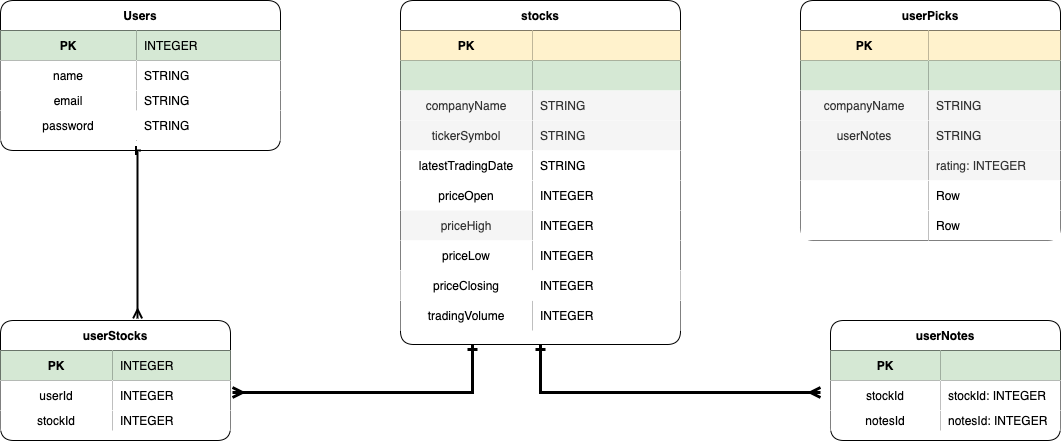
This is ERD.drawio.png from Professorsurf/Project-2, a draw.io export, as it was before one commit. Source tidied: cells renumbered, new cells last; positions are measured from the earlier drawing's top-left corner, leaving out a move shared by most shapes.
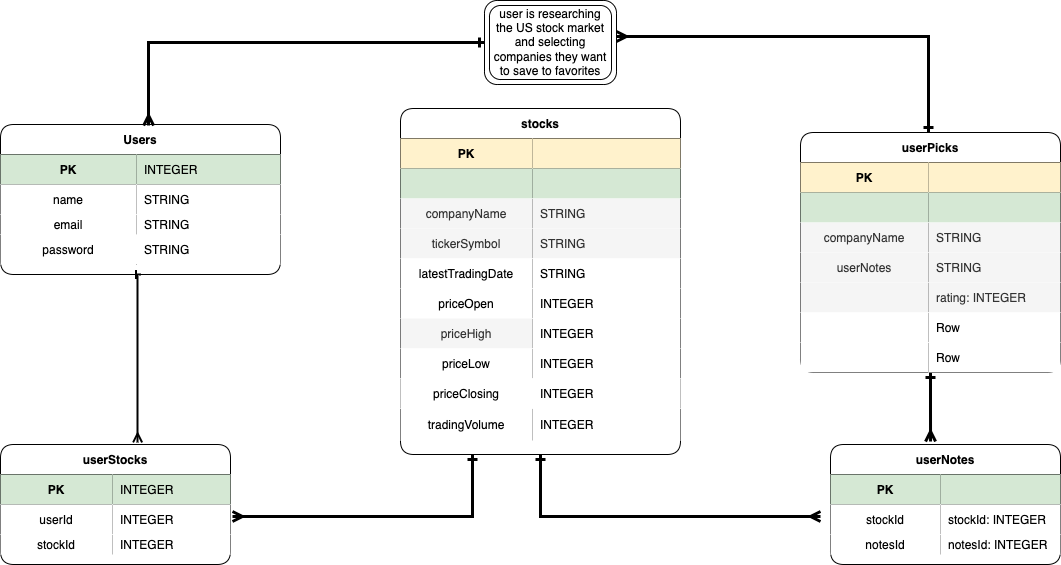
Later version of the same file.

What changed in the source:
```diff
@@ -66,7 +66,7 @@
       </mxGeometry>
     </mxCell>
     <mxCell id="18" value="stocks" style="shape=table;startSize=30;rowLines=0;fontStyle=1;align=center;rounded=1;shadow=0;" parent="1" vertex="1">
-      <mxGeometry x="400" width="280" height="344" as="geometry" />
+      <mxGeometry x="400" y="-16" width="280" height="346" as="geometry" />
     </mxCell>
     <mxCell id="19" style="shape=tableRow;horizontal=0;startSize=0;swimlaneHead=0;swimlaneBody=0;fillColor=none;top=0;left=0;right=0;bottom=1;rounded=0;" parent="18" vertex="1">
       <mxGeometry y="30" width="280" height="30" as="geometry" />
@@ -150,13 +150,13 @@
       <mxGeometry x="132" width="148" height="30" as="geometry" />
     </mxCell>
     <mxCell id="46" style="shape=tableRow;horizontal=0;startSize=0;swimlaneHead=0;swimlaneBody=0;fillColor=none;top=0;left=0;right=0;bottom=0;" parent="18" vertex="1">
-      <mxGeometry y="300" width="280" height="30" as="geometry" />
+      <mxGeometry y="300" width="280" height="32" as="geometry" />
     </mxCell>
     <mxCell id="47" value="tradingVolume" style="shape=partialRectangle;top=0;left=0;bottom=0;right=0;overflow=hidden;" parent="46" vertex="1">
-      <mxGeometry width="132" height="30" as="geometry" />
+      <mxGeometry width="132" height="32" as="geometry" />
     </mxCell>
     <mxCell id="48" value="INTEGER" style="shape=partialRectangle;top=0;left=0;bottom=0;right=0;align=left;spacingLeft=6;overflow=hidden;" parent="46" vertex="1">
-      <mxGeometry x="132" width="148" height="30" as="geometry" />
+      <mxGeometry x="132" width="148" height="32" as="geometry" />
     </mxCell>
     <mxCell id="49" value="userStocks" style="shape=table;startSize=30;rowLines=0;fontStyle=1;align=center;rounded=1;fillColor=none;" parent="1" vertex="1">
       <mxGeometry y="320" width="230" height="120" as="geometry" />
@@ -218,8 +218,18 @@
     <mxCell id="68" value="notesId: INTEGER" style="shape=partialRectangle;top=0;left=0;bottom=0;right=0;align=left;spacingLeft=6;overflow=hidden;rounded=0;" parent="66" vertex="1">
       <mxGeometry x="110" width="120" height="20" as="geometry" />
     </mxCell>
+    <mxCell id="91" style="edgeStyle=orthogonalEdgeStyle;rounded=0;jettySize=auto;html=1;entryX=0.435;entryY=-0.025;entryDx=0;entryDy=0;entryPerimeter=0;startArrow=ERone;startFill=0;endArrow=ERmany;endFill=0;strokeWidth=3;" parent="1" edge="1" source="69" target="59">
+      <mxGeometry relative="1" as="geometry" />
+    </mxCell>
+    <mxCell id="92" style="edgeStyle=orthogonalEdgeStyle;rounded=0;jettySize=auto;html=1;startArrow=ERone;startFill=0;endArrow=ERmany;endFill=0;strokeWidth=3;" parent="1" edge="1" source="69" target="94">
+      <mxGeometry relative="1" as="geometry">
+        <Array as="points">
+          <mxPoint x="928" y="-88" />
+        </Array>
+      </mxGeometry>
+    </mxCell>
     <mxCell id="69" value="userPicks" style="shape=table;startSize=30;rowLines=0;fontStyle=1;align=center;rounded=1;swimlaneLine=1;" parent="1" vertex="1">
-      <mxGeometry x="800" width="260" height="240" as="geometry" />
+      <mxGeometry x="800" y="8" width="260" height="240" as="geometry" />
     </mxCell>
     <mxCell id="70" style="shape=tableRow;horizontal=0;startSize=0;swimlaneHead=0;swimlaneBody=0;fillColor=none;top=0;left=0;right=0;bottom=1;rounded=0;" parent="69" vertex="1">
       <mxGeometry y="30" width="260" height="30" as="geometry" />
@@ -284,5 +294,11 @@
     <mxCell id="90" value="Row" style="shape=partialRectangle;top=0;left=0;bottom=0;right=0;align=left;spacingLeft=6;overflow=hidden;rounded=0;" parent="88" vertex="1">
       <mxGeometry x="128" width="132" height="30" as="geometry" />
     </mxCell>
+    <mxCell id="93" style="edgeStyle=orthogonalEdgeStyle;rounded=0;jettySize=auto;html=1;startArrow=ERone;startFill=0;endArrow=ERmany;endFill=0;strokeWidth=3;entryX=0.529;entryY=0.007;entryDx=0;entryDy=0;entryPerimeter=0;" parent="1" edge="1" source="94" target="3">
+      <mxGeometry relative="1" as="geometry" />
+    </mxCell>
+    <mxCell id="94" value="user is researching the US stock market and selecting companies they want to save to favorites" style="shape=ext;margin=3;double=1;whiteSpace=wrap;html=1;align=center;rounded=1;shadow=0;" parent="1" vertex="1">
+      <mxGeometry x="484" y="-124" width="132" height="84" as="geometry" />
+    </mxCell>
   </root>
 </mxGraphModel>
```
